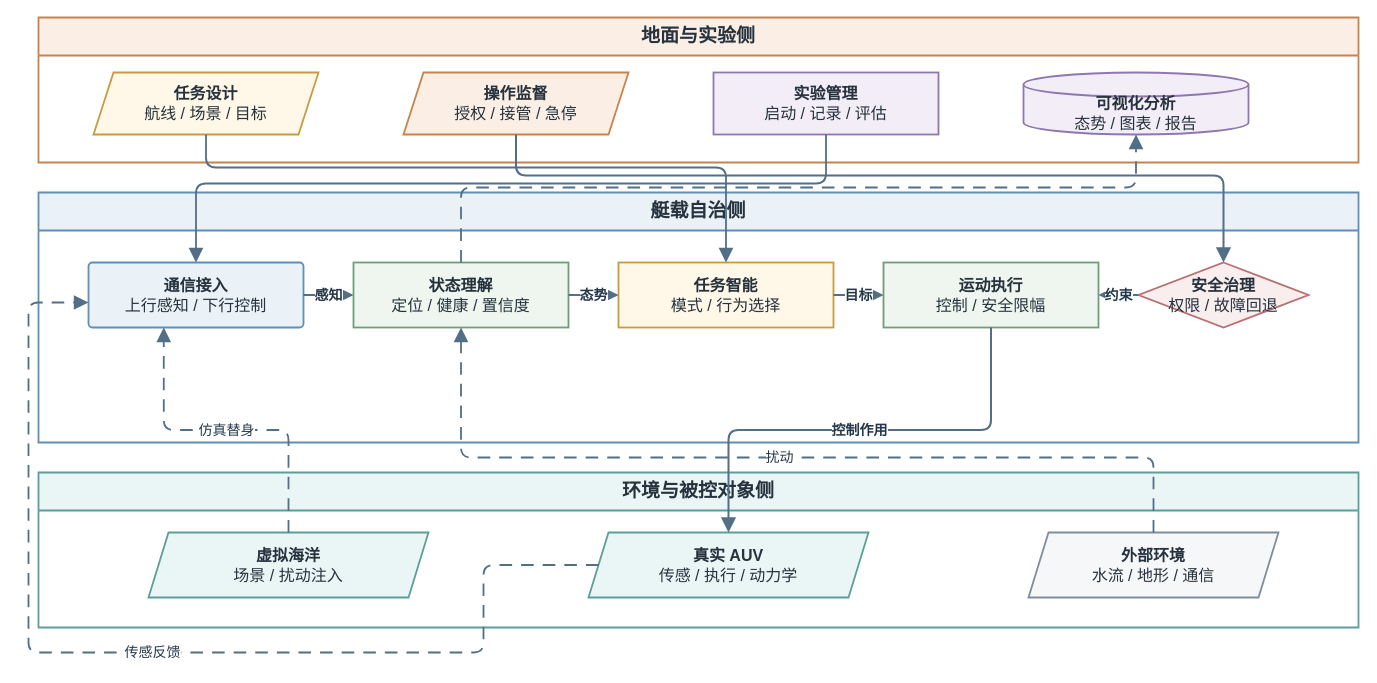
360ZMEM/AUV-Master-Project keeps this draw.io diagram as docs/thesis/figures/architecture/auv_system_subsystem_organization.drawio. Above is the earlier version. Source tidied: cells renumbered, new cells numbered last; positions are measured from the earlier drawing's top-left corner, leaving out a move shared by most shapes. Both pictures are drawn from the tidied source at 100%, with x=0, y=0 at pixel (28, 17).
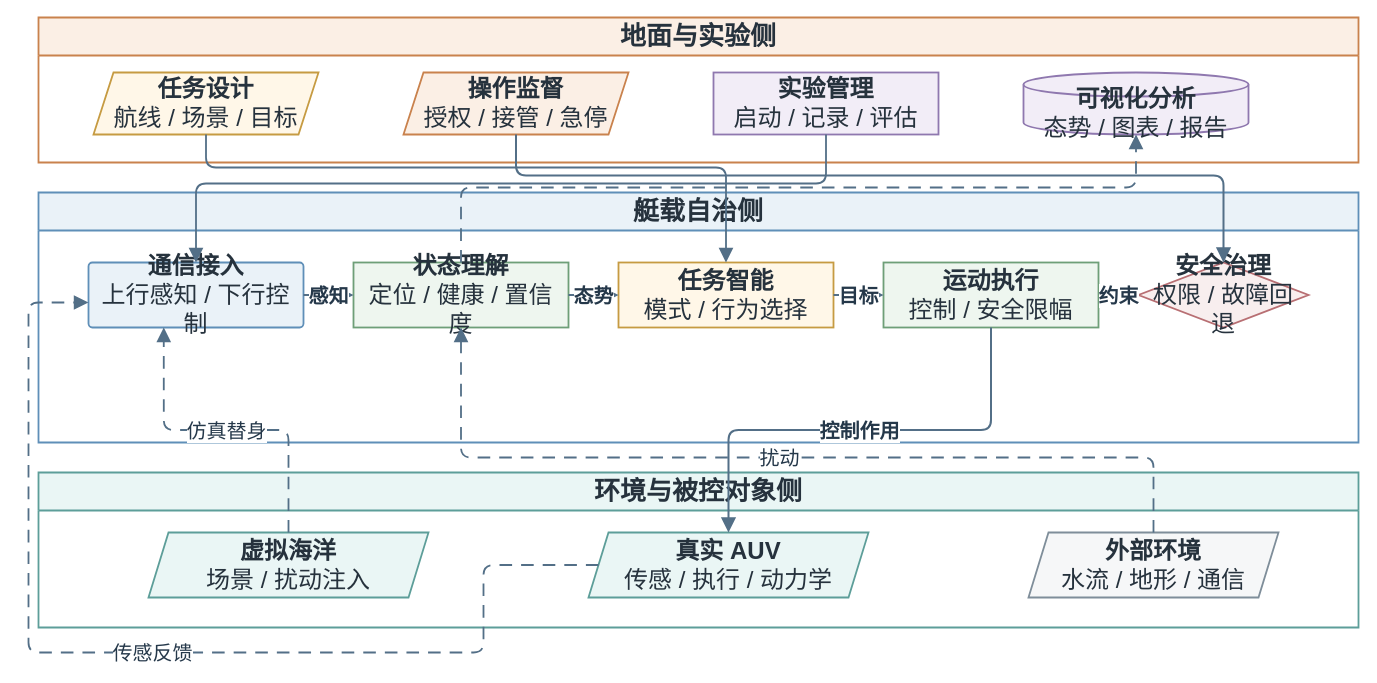
Above is the later version.

Diff of the diagram source:
```diff
@@
-    <mxCell id="2" value="地面与实验侧" style="swimlane;whiteSpace=wrap;html=1;startSize=38;rounded=0;fillColor=#FBEFE5;strokeColor=#C9824D;strokeWidth=1.8;fontFamily=Songti SC;fontSize=19;fontStyle=1;fontColor=#26323D;" parent="1" vertex="1">
+    <mxCell id="2" value="地面与实验侧" style="swimlane;whiteSpace=wrap;html=1;startSize=38;rounded=0;fillColor=#FBEFE5;strokeColor=#C9824D;strokeWidth=1.8;fontFamily=Songti SC;fontSize=26;fontStyle=1;fontColor=#26323D;" parent="1" vertex="1">
       <mxGeometry x="10" width="1320" height="145" as="geometry" />
     </mxCell>
-    <mxCell id="3" value="艇载自治侧" style="swimlane;whiteSpace=wrap;html=1;startSize=38;rounded=0;fillColor=#EAF2F8;strokeColor=#5F8FB8;strokeWidth=1.8;fontFamily=Songti SC;fontSize=19;fontStyle=1;fontColor=#26323D;" parent="1" vertex="1">
+    <mxCell id="3" value="艇载自治侧" style="swimlane;whiteSpace=wrap;html=1;startSize=38;rounded=0;fillColor=#EAF2F8;strokeColor=#5F8FB8;strokeWidth=1.8;fontFamily=Songti SC;fontSize=26;fontStyle=1;fontColor=#26323D;" parent="1" vertex="1">
       <mxGeometry x="10" y="175" width="1320" height="250" as="geometry" />
     </mxCell>
-    <mxCell id="4" value="环境与被控对象侧" style="swimlane;whiteSpace=wrap;html=1;startSize=38;rounded=0;fillColor=#EAF6F5;strokeColor=#5D9E99;strokeWidth=1.8;fontFamily=Songti SC;fontSize=19;fontStyle=1;fontColor=#26323D;" parent="1" vertex="1">
+    <mxCell id="4" value="环境与被控对象侧" style="swimlane;whiteSpace=wrap;html=1;startSize=38;rounded=0;fillColor=#EAF6F5;strokeColor=#5D9E99;strokeWidth=1.8;fontFamily=Songti SC;fontSize=26;fontStyle=1;fontColor=#26323D;" parent="1" vertex="1">
       <mxGeometry x="10" y="455" width="1320" height="155" as="geometry" />
     </mxCell>
-    <mxCell id="5" value="&lt;b&gt;任务设计&lt;/b&gt;&lt;br&gt;航线 / 场景 / 目标" style="shape=parallelogram;perimeter=parallelogramPerimeter;fixedSize=1;whiteSpace=wrap;html=1;align=center;verticalAlign=middle;fillColor=#FFF7E8;strokeColor=#C69B42;strokeWidth=1.8;spacing=8;fontFamily=Songti SC;fontSize=16;fontColor=#26323D;" parent="2" vertex="1">
+    <mxCell id="5" value="&lt;b&gt;任务设计&lt;/b&gt;&lt;br&gt;航线 / 场景 / 目标" style="shape=parallelogram;perimeter=parallelogramPerimeter;fixedSize=1;whiteSpace=wrap;html=1;align=center;verticalAlign=middle;fillColor=#FFF7E8;strokeColor=#C69B42;strokeWidth=1.8;spacing=8;fontFamily=Songti SC;fontSize=24;fontColor=#26323D;" parent="2" vertex="1">
       <mxGeometry x="55" y="55" width="225" height="62" as="geometry" />
     </mxCell>
-    <mxCell id="6" value="&lt;b&gt;操作监督&lt;/b&gt;&lt;br&gt;授权 / 接管 / 急停" style="shape=parallelogram;perimeter=parallelogramPerimeter;fixedSize=1;whiteSpace=wrap;html=1;align=center;verticalAlign=middle;fillColor=#FBEFE5;strokeColor=#C9824D;strokeWidth=1.8;spacing=8;fontFamily=Songti SC;fontSize=16;fontColor=#26323D;" parent="2" vertex="1">
+    <mxCell id="6" value="&lt;b&gt;操作监督&lt;/b&gt;&lt;br&gt;授权 / 接管 / 急停" style="shape=parallelogram;perimeter=parallelogramPerimeter;fixedSize=1;whiteSpace=wrap;html=1;align=center;verticalAlign=middle;fillColor=#FBEFE5;strokeColor=#C9824D;strokeWidth=1.8;spacing=8;fontFamily=Songti SC;fontSize=24;fontColor=#26323D;" parent="2" vertex="1">
       <mxGeometry x="365" y="55" width="225" height="62" as="geometry" />
     </mxCell>
-    <mxCell id="7" value="&lt;b&gt;实验管理&lt;/b&gt;&lt;br&gt;启动 / 记录 / 评估" style="rounded=0;whiteSpace=wrap;html=1;align=center;verticalAlign=middle;fillColor=#F2EDF7;strokeColor=#8F78AF;strokeWidth=1.8;spacing=8;fontFamily=Songti SC;fontSize=16;fontColor=#26323D;" parent="2" vertex="1">
+    <mxCell id="7" value="&lt;b&gt;实验管理&lt;/b&gt;&lt;br&gt;启动 / 记录 / 评估" style="rounded=0;whiteSpace=wrap;html=1;align=center;verticalAlign=middle;fillColor=#F2EDF7;strokeColor=#8F78AF;strokeWidth=1.8;spacing=8;fontFamily=Songti SC;fontSize=24;fontColor=#26323D;" parent="2" vertex="1">
       <mxGeometry x="675" y="55" width="225" height="62" as="geometry" />
     </mxCell>
-    <mxCell id="8" value="&lt;b&gt;可视化分析&lt;/b&gt;&lt;br&gt;态势 / 图表 / 报告" style="shape=cylinder3;boundedLbl=1;backgroundOutline=1;size=12;whiteSpace=wrap;html=1;align=center;verticalAlign=middle;fillColor=#F2EDF7;strokeColor=#8F78AF;strokeWidth=1.8;spacing=8;fontFamily=Songti SC;fontSize=16;fontColor=#26323D;" parent="2" vertex="1">
+    <mxCell id="8" value="&lt;b&gt;可视化分析&lt;/b&gt;&lt;br&gt;态势 / 图表 / 报告" style="shape=cylinder3;boundedLbl=1;backgroundOutline=1;size=12;whiteSpace=wrap;html=1;align=center;verticalAlign=middle;fillColor=#F2EDF7;strokeColor=#8F78AF;strokeWidth=1.8;spacing=8;fontFamily=Songti SC;fontSize=24;fontColor=#26323D;" parent="2" vertex="1">
       <mxGeometry x="985" y="55" width="225" height="62" as="geometry" />
     </mxCell>
-    <mxCell id="9" value="&lt;b&gt;通信接入&lt;/b&gt;&lt;br&gt;上行感知 / 下行控制" style="rounded=1;arcSize=6;whiteSpace=wrap;html=1;align=center;verticalAlign=middle;fillColor=#EAF2F8;strokeColor=#5F8FB8;strokeWidth=1.8;spacing=8;fontFamily=Songti SC;fontSize=16;fontColor=#26323D;" parent="3" vertex="1">
+    <mxCell id="9" value="&lt;b&gt;通信接入&lt;/b&gt;&lt;br&gt;上行感知 / 下行控制" style="rounded=1;arcSize=6;whiteSpace=wrap;html=1;align=center;verticalAlign=middle;fillColor=#EAF2F8;strokeColor=#5F8FB8;strokeWidth=1.8;spacing=8;fontFamily=Songti SC;fontSize=24;fontColor=#26323D;" parent="3" vertex="1">
       <mxGeometry x="50" y="70" width="215" height="65" as="geometry" />
     </mxCell>
-    <mxCell id="10" value="&lt;b&gt;状态理解&lt;/b&gt;&lt;br&gt;定位 / 健康 / 置信度" style="rounded=0;whiteSpace=wrap;html=1;align=center;verticalAlign=middle;fillColor=#EEF6EF;strokeColor=#6E9F78;strokeWidth=1.8;spacing=8;fontFamily=Songti SC;fontSize=16;fontColor=#26323D;" parent="3" vertex="1">
+    <mxCell id="10" value="&lt;b&gt;状态理解&lt;/b&gt;&lt;br&gt;定位 / 健康 / 置信度" style="rounded=0;whiteSpace=wrap;html=1;align=center;verticalAlign=middle;fillColor=#EEF6EF;strokeColor=#6E9F78;strokeWidth=1.8;spacing=8;fontFamily=Songti SC;fontSize=24;fontColor=#26323D;" parent="3" vertex="1">
       <mxGeometry x="315" y="70" width="215" height="65" as="geometry" />
     </mxCell>
-    <mxCell id="11" value="&lt;b&gt;任务智能&lt;/b&gt;&lt;br&gt;模式 / 行为选择" style="rounded=0;whiteSpace=wrap;html=1;align=center;verticalAlign=middle;fillColor=#FFF7E8;strokeColor=#C69B42;strokeWidth=1.8;spacing=8;fontFamily=Songti SC;fontSize=16;fontColor=#26323D;" parent="3" vertex="1">
+    <mxCell id="11" value="&lt;b&gt;任务智能&lt;/b&gt;&lt;br&gt;模式 / 行为选择" style="rounded=0;whiteSpace=wrap;html=1;align=center;verticalAlign=middle;fillColor=#FFF7E8;strokeColor=#C69B42;strokeWidth=1.8;spacing=8;fontFamily=Songti SC;fontSize=24;fontColor=#26323D;" parent="3" vertex="1">
       <mxGeometry x="580" y="70" width="215" height="65" as="geometry" />
     </mxCell>
-    <mxCell id="12" value="&lt;b&gt;运动执行&lt;/b&gt;&lt;br&gt;控制 / 安全限幅" style="rounded=0;whiteSpace=wrap;html=1;align=center;verticalAlign=middle;fillColor=#EEF6EF;strokeColor=#6E9F78;strokeWidth=1.8;spacing=8;fontFamily=Songti SC;fontSize=16;fontColor=#26323D;" parent="3" vertex="1">
+    <mxCell id="12" value="&lt;b&gt;运动执行&lt;/b&gt;&lt;br&gt;控制 / 安全限幅" style="rounded=0;whiteSpace=wrap;html=1;align=center;verticalAlign=middle;fillColor=#EEF6EF;strokeColor=#6E9F78;strokeWidth=1.8;spacing=8;fontFamily=Songti SC;fontSize=24;fontColor=#26323D;" parent="3" vertex="1">
       <mxGeometry x="845" y="70" width="215" height="65" as="geometry" />
     </mxCell>
-    <mxCell id="13" value="&lt;b&gt;安全治理&lt;/b&gt;&lt;br&gt;权限 / 故障回退" style="rhombus;whiteSpace=wrap;html=1;align=center;verticalAlign=middle;fillColor=#F8EEEE;strokeColor=#B86F73;strokeWidth=1.8;spacing=8;fontFamily=Songti SC;fontSize=16;fontColor=#26323D;" parent="3" vertex="1">
+    <mxCell id="13" value="&lt;b&gt;安全治理&lt;/b&gt;&lt;br&gt;权限 / 故障回退" style="rhombus;whiteSpace=wrap;html=1;align=center;verticalAlign=middle;fillColor=#F8EEEE;strokeColor=#B86F73;strokeWidth=1.8;spacing=8;fontFamily=Songti SC;fontSize=24;fontColor=#26323D;" parent="3" vertex="1">
       <mxGeometry x="1100" y="70" width="170" height="65" as="geometry" />
     </mxCell>
-    <mxCell id="14" value="&lt;b&gt;虚拟海洋&lt;/b&gt;&lt;br&gt;场景 / 扰动注入" style="shape=parallelogram;perimeter=parallelogramPerimeter;fixedSize=1;whiteSpace=wrap;html=1;align=center;verticalAlign=middle;fillColor=#EAF6F5;strokeColor=#5D9E99;strokeWidth=1.8;spacing=8;fontFamily=Songti SC;fontSize=16;fontColor=#26323D;" parent="4" vertex="1">
+    <mxCell id="14" value="&lt;b&gt;虚拟海洋&lt;/b&gt;&lt;br&gt;场景 / 扰动注入" style="shape=parallelogram;perimeter=parallelogramPerimeter;fixedSize=1;whiteSpace=wrap;html=1;align=center;verticalAlign=middle;fillColor=#EAF6F5;strokeColor=#5D9E99;strokeWidth=1.8;spacing=8;fontFamily=Songti SC;fontSize=24;fontColor=#26323D;" parent="4" vertex="1">
       <mxGeometry x="110" y="60" width="280" height="65" as="geometry" />
     </mxCell>
-    <mxCell id="15" value="&lt;b&gt;真实 AUV&lt;/b&gt;&lt;br&gt;传感 / 执行 / 动力学" style="shape=parallelogram;perimeter=parallelogramPerimeter;fixedSize=1;whiteSpace=wrap;html=1;align=center;verticalAlign=middle;fillColor=#EAF6F5;strokeColor=#5D9E99;strokeWidth=1.8;spacing=8;fontFamily=Songti SC;fontSize=16;fontColor=#26323D;" parent="4" vertex="1">
+    <mxCell id="15" value="&lt;b&gt;真实 AUV&lt;/b&gt;&lt;br&gt;传感 / 执行 / 动力学" style="shape=parallelogram;perimeter=parallelogramPerimeter;fixedSize=1;whiteSpace=wrap;html=1;align=center;verticalAlign=middle;fillColor=#EAF6F5;strokeColor=#5D9E99;strokeWidth=1.8;spacing=8;fontFamily=Songti SC;fontSize=24;fontColor=#26323D;" parent="4" vertex="1">
       <mxGeometry x="550" y="60" width="280" height="65" as="geometry" />
     </mxCell>
-    <mxCell id="16" value="&lt;b&gt;外部环境&lt;/b&gt;&lt;br&gt;水流 / 地形 / 通信" style="shape=parallelogram;perimeter=parallelogramPerimeter;fixedSize=1;whiteSpace=wrap;html=1;align=center;verticalAlign=middle;fillColor=#F6F7F8;strokeColor=#7F8E9A;strokeWidth=1.8;spacing=8;fontFamily=Songti SC;fontSize=16;fontColor=#26323D;" parent="4" vertex="1">
+    <mxCell id="16" value="&lt;b&gt;外部环境&lt;/b&gt;&lt;br&gt;水流 / 地形 / 通信" style="shape=parallelogram;perimeter=parallelogramPerimeter;fixedSize=1;whiteSpace=wrap;html=1;align=center;verticalAlign=middle;fillColor=#F6F7F8;strokeColor=#7F8E9A;strokeWidth=1.8;spacing=8;fontFamily=Songti SC;fontSize=24;fontColor=#26323D;" parent="4" vertex="1">
       <mxGeometry x="990" y="60" width="250" height="65" as="geometry" />
     </mxCell>
-    <mxCell id="17" style="edgeStyle=orthogonalEdgeStyle;rounded=1;jettySize=auto;html=1;strokeColor=#536F87;strokeWidth=1.8;fontFamily=Songti SC;fontSize=14;fontColor=#25384A;labelBackgroundColor=#FFFFFF;labelBorderColor=none;endArrow=block;endFill=1;endSize=10;exitX=0.5;exitY=1;entryX=0.5;entryY=0;" parent="1" edge="1" source="5" target="11">
+    <mxCell id="17" style="edgeStyle=orthogonalEdgeStyle;rounded=1;jettySize=auto;html=1;strokeColor=#536F87;strokeWidth=1.8;fontFamily=Songti SC;fontSize=20;fontColor=#25384A;labelBackgroundColor=#FFFFFF;labelBorderColor=none;endArrow=block;endFill=1;endSize=10;exitX=0.5;exitY=1;entryX=0.5;entryY=0;" parent="1" edge="1" source="5" target="11">
       <mxGeometry relative="1" as="geometry">
         <Array as="points">
           <mxPoint x="178" y="150" />
           <mxPoint x="698" y="150" />
         </Array>
       </mxGeometry>
     </mxCell>
-    <mxCell id="18" style="edgeStyle=orthogonalEdgeStyle;rounded=1;jettySize=auto;html=1;strokeColor=#536F87;strokeWidth=2.0;fontFamily=Songti SC;fontSize=14;fontStyle=1;fontColor=#25384A;labelBackgroundColor=#FFFFFF;labelBorderColor=none;endArrow=block;endFill=1;endSize=10;exitX=0.5;exitY=1;entryX=0.5;entryY=0;" parent="1" edge="1" source="6" target="13">
+    <mxCell id="18" style="edgeStyle=orthogonalEdgeStyle;rounded=1;jettySize=auto;html=1;strokeColor=#536F87;strokeWidth=2.0;fontFamily=Songti SC;fontSize=20;fontStyle=1;fontColor=#25384A;labelBackgroundColor=#FFFFFF;labelBorderColor=none;endArrow=block;endFill=1;endSize=10;exitX=0.5;exitY=1;entryX=0.5;entryY=0;" parent="1" edge="1" source="6" target="13">
       <mxGeometry relative="1" as="geometry">
         <Array as="points">
           <mxPoint x="488" y="158" />
           <mxPoint x="1195" y="158" />
         </Array>
       </mxGeometry>
     </mxCell>
-    <mxCell id="19" style="edgeStyle=orthogonalEdgeStyle;rounded=1;jettySize=auto;html=1;strokeColor=#536F87;strokeWidth=1.8;fontFamily=Songti SC;fontSize=14;fontColor=#25384A;labelBackgroundColor=#FFFFFF;labelBorderColor=none;endArrow=block;endFill=1;endSize=10;exitX=0.5;exitY=1;entryX=0.5;entryY=0;" parent="1" edge="1" source="7" target="9">
+    <mxCell id="19" style="edgeStyle=orthogonalEdgeStyle;rounded=1;jettySize=auto;html=1;strokeColor=#536F87;strokeWidth=1.8;fontFamily=Songti SC;fontSize=20;fontColor=#25384A;labelBackgroundColor=#FFFFFF;labelBorderColor=none;endArrow=block;endFill=1;endSize=10;exitX=0.5;exitY=1;entryX=0.5;entryY=0;" parent="1" edge="1" source="7" target="9">
       <mxGeometry relative="1" as="geometry">
         <Array as="points">
           <mxPoint x="798" y="166" />
           <mxPoint x="168" y="166" />
         </Array>
       </mxGeometry>
     </mxCell>
-    <mxCell id="20" value="感知" style="edgeStyle=orthogonalEdgeStyle;rounded=1;jettySize=auto;html=1;strokeColor=#536F87;strokeWidth=2.0;fontFamily=Songti SC;fontSize=14;fontStyle=1;fontColor=#25384A;labelBackgroundColor=#FFFFFF;labelBorderColor=none;endArrow=block;endFill=1;endSize=10;exitX=1;entryX=0;" parent="1" edge="1" source="9" target="10">
+    <mxCell id="20" value="感知" style="edgeStyle=orthogonalEdgeStyle;rounded=1;jettySize=auto;html=1;strokeColor=#536F87;strokeWidth=2.0;fontFamily=Songti SC;fontSize=20;fontStyle=1;fontColor=#25384A;labelBackgroundColor=#FFFFFF;labelBorderColor=none;endArrow=block;endFill=1;endSize=10;exitX=1;entryX=0;" parent="1" edge="1" source="9" target="10">
       <mxGeometry relative="1" as="geometry" />
     </mxCell>
-    <mxCell id="21" value="态势" style="edgeStyle=orthogonalEdgeStyle;rounded=1;jettySize=auto;html=1;strokeColor=#536F87;strokeWidth=2.0;fontFamily=Songti SC;fontSize=14;fontStyle=1;fontColor=#25384A;labelBackgroundColor=#FFFFFF;labelBorderColor=none;endArrow=block;endFill=1;endSize=10;exitX=1;entryX=0;" parent="1" edge="1" source="10" target="11">
+    <mxCell id="21" value="态势" style="edgeStyle=orthogonalEdgeStyle;rounded=1;jettySize=auto;html=1;strokeColor=#536F87;strokeWidth=2.0;fontFamily=Songti SC;fontSize=20;fontStyle=1;fontColor=#25384A;labelBackgroundColor=#FFFFFF;labelBorderColor=none;endArrow=block;endFill=1;endSize=10;exitX=1;entryX=0;" parent="1" edge="1" source="10" target="11">
       <mxGeometry relative="1" as="geometry" />
     </mxCell>
-    <mxCell id="22" value="目标" style="edgeStyle=orthogonalEdgeStyle;rounded=1;jettySize=auto;html=1;strokeColor=#536F87;strokeWidth=2.0;fontFamily=Songti SC;fontSize=14;fontStyle=1;fontColor=#25384A;labelBackgroundColor=#FFFFFF;labelBorderColor=none;endArrow=block;endFill=1;endSize=10;exitX=1;entryX=0;" parent="1" edge="1" source="11" target="12">
+    <mxCell id="22" value="目标" style="edgeStyle=orthogonalEdgeStyle;rounded=1;jettySize=auto;html=1;strokeColor=#536F87;strokeWidth=2.0;fontFamily=Songti SC;fontSize=20;fontStyle=1;fontColor=#25384A;labelBackgroundColor=#FFFFFF;labelBorderColor=none;endArrow=block;endFill=1;endSize=10;exitX=1;entryX=0;" parent="1" edge="1" source="11" target="12">
       <mxGeometry relative="1" as="geometry" />
     </mxCell>
-    <mxCell id="23" value="约束" style="edgeStyle=orthogonalEdgeStyle;rounded=1;jettySize=auto;html=1;strokeColor=#536F87;strokeWidth=2.0;fontFamily=Songti SC;fontSize=14;fontStyle=1;fontColor=#25384A;labelBackgroundColor=#FFFFFF;labelBorderColor=none;endArrow=block;endFill=1;endSize=10;exitX=1;entryX=0;" parent="1" edge="1" source="13" target="12">
+    <mxCell id="23" value="约束" style="edgeStyle=orthogonalEdgeStyle;rounded=1;jettySize=auto;html=1;strokeColor=#536F87;strokeWidth=2.0;fontFamily=Songti SC;fontSize=20;fontStyle=1;fontColor=#25384A;labelBackgroundColor=#FFFFFF;labelBorderColor=none;endArrow=block;endFill=1;endSize=10;exitX=1;entryX=0;" parent="1" edge="1" source="13" target="12">
       <mxGeometry relative="1" as="geometry" />
     </mxCell>
-    <mxCell id="24" value="控制作用" style="edgeStyle=orthogonalEdgeStyle;rounded=1;jettySize=auto;html=1;strokeColor=#536F87;strokeWidth=2.0;fontFamily=Songti SC;fontSize=14;fontStyle=1;fontColor=#25384A;labelBackgroundColor=#FFFFFF;labelBorderColor=none;endArrow=block;endFill=1;endSize=10;exitX=0.5;exitY=1;entryX=0.5;entryY=0;" parent="1" edge="1" source="12" target="15">
+    <mxCell id="24" value="控制作用" style="edgeStyle=orthogonalEdgeStyle;rounded=1;jettySize=auto;html=1;strokeColor=#536F87;strokeWidth=2.0;fontFamily=Songti SC;fontSize=20;fontStyle=1;fontColor=#25384A;labelBackgroundColor=#FFFFFF;labelBorderColor=none;endArrow=block;endFill=1;endSize=10;exitX=0.5;exitY=1;entryX=0.5;entryY=0;" parent="1" edge="1" source="12" target="15">
       <mxGeometry relative="1" as="geometry" />
     </mxCell>
-    <mxCell id="25" value="传感反馈" style="edgeStyle=orthogonalEdgeStyle;rounded=1;jettySize=auto;html=1;strokeColor=#536F87;strokeWidth=1.8;fontFamily=Songti SC;fontSize=14;fontColor=#25384A;labelBackgroundColor=#FFFFFF;labelBorderColor=none;endArrow=block;endFill=1;endSize=10;dashed=1;dashPattern=7 5;exitX=0;entryX=0;" parent="1" edge="1" source="15" target="9">
+    <mxCell id="25" value="传感反馈" style="edgeStyle=orthogonalEdgeStyle;rounded=1;jettySize=auto;html=1;strokeColor=#536F87;strokeWidth=1.8;fontFamily=Songti SC;fontSize=20;fontColor=#25384A;labelBackgroundColor=#FFFFFF;labelBorderColor=none;endArrow=block;endFill=1;endSize=10;dashed=1;dashPattern=7 5;exitX=0;entryX=0;" parent="1" edge="1" source="15" target="9">
       <mxGeometry relative="1" as="geometry">
         <Array as="points">
           <mxPoint x="455" y="635" />
           <mxPoint y="635" />
           <mxPoint y="285" />
         </Array>
       </mxGeometry>
     </mxCell>
-    <mxCell id="26" value="仿真替身" style="edgeStyle=orthogonalEdgeStyle;rounded=1;jettySize=auto;html=1;strokeColor=#536F87;strokeWidth=1.8;fontFamily=Songti SC;fontSize=14;fontColor=#25384A;labelBackgroundColor=#FFFFFF;labelBorderColor=none;endArrow=block;endFill=1;endSize=10;dashed=1;dashPattern=7 5;exitX=0.5;exitY=0;entryX=0.35;entryY=1;" parent="1" edge="1" source="14" target="9">
+    <mxCell id="26" value="仿真替身" style="edgeStyle=orthogonalEdgeStyle;rounded=1;jettySize=auto;html=1;strokeColor=#536F87;strokeWidth=1.8;fontFamily=Songti SC;fontSize=20;fontColor=#25384A;labelBackgroundColor=#FFFFFF;labelBorderColor=none;endArrow=block;endFill=1;endSize=10;dashed=1;dashPattern=7 5;exitX=0.5;exitY=0;entryX=0.35;entryY=1;" parent="1" edge="1" source="14" target="9">
       <mxGeometry relative="1" as="geometry" />
     </mxCell>
-    <mxCell id="27" value="扰动" style="edgeStyle=orthogonalEdgeStyle;rounded=1;jettySize=auto;html=1;strokeColor=#536F87;strokeWidth=1.8;fontFamily=Songti SC;fontSize=14;fontColor=#25384A;labelBackgroundColor=#FFFFFF;labelBorderColor=none;endArrow=block;endFill=1;endSize=10;dashed=1;dashPattern=7 5;exitX=0.5;exitY=0;entryX=0.5;entryY=1;" parent="1" edge="1" source="16" target="10">
+    <mxCell id="27" value="扰动" style="edgeStyle=orthogonalEdgeStyle;rounded=1;jettySize=auto;html=1;strokeColor=#536F87;strokeWidth=1.8;fontFamily=Songti SC;fontSize=20;fontColor=#25384A;labelBackgroundColor=#FFFFFF;labelBorderColor=none;endArrow=block;endFill=1;endSize=10;dashed=1;dashPattern=7 5;exitX=0.5;exitY=0;entryX=0.5;entryY=1;" parent="1" edge="1" source="16" target="10">
       <mxGeometry relative="1" as="geometry">
         <Array as="points">
           <mxPoint x="1095" y="440" />
           <mxPoint x="405" y="440" />
         </Array>
       </mxGeometry>
     </mxCell>
-    <mxCell id="28" style="edgeStyle=orthogonalEdgeStyle;rounded=1;jettySize=auto;html=1;strokeColor=#536F87;strokeWidth=1.8;fontFamily=Songti SC;fontSize=14;fontColor=#25384A;labelBackgroundColor=#FFFFFF;labelBorderColor=none;endArrow=block;endFill=1;endSize=10;dashed=1;dashPattern=7 5;exitX=0.5;exitY=0;entryX=0.5;entryY=1;" parent="1" edge="1" source="10" target="8">
+    <mxCell id="28" style="edgeStyle=orthogonalEdgeStyle;rounded=1;jettySize=auto;html=1;strokeColor=#536F87;strokeWidth=1.8;fontFamily=Songti SC;fontSize=20;fontColor=#25384A;labelBackgroundColor=#FFFFFF;labelBorderColor=none;endArrow=block;endFill=1;endSize=10;dashed=1;dashPattern=7 5;exitX=0.5;exitY=0;entryX=0.5;entryY=1;" parent="1" edge="1" source="10" target="8">
       <mxGeometry relative="1" as="geometry">
         <Array as="points">
           <mxPoint x="433" y="170" />
           <mxPoint x="1108" y="170" />
         </Array>
       </mxGeometry>
     </mxCell>
```
